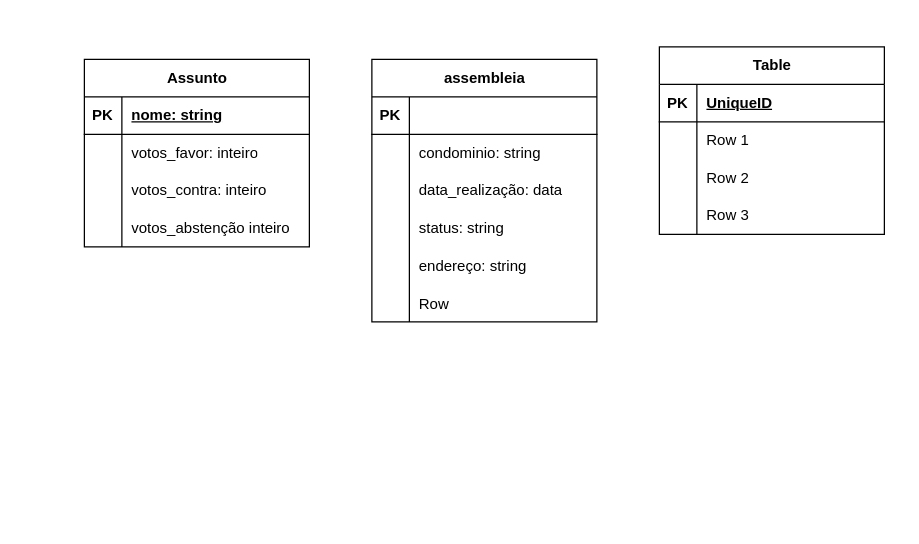
Before: praticas2/Diagrama sem nome.drawio in ngdx4/banco_de_dados1, a draw.io diagram. Source tidied: cells renumbered, new cells numbered last; positions are measured from the earlier drawing's top-left corner, leaving out a move shared by most shapes. Both pictures are drawn from the tidied source at 125%, with x=0, y=0 at pixel (84, 46).
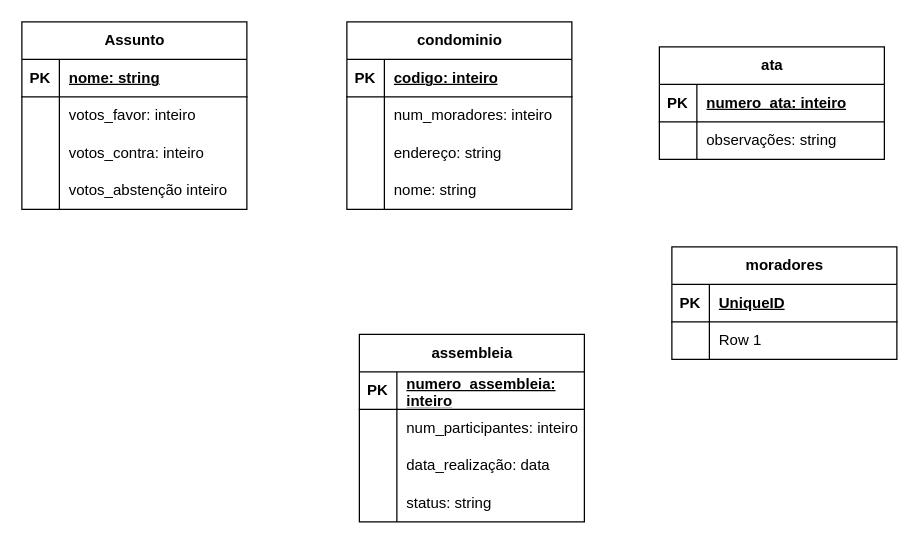
The same diagram, later.

Unchanged cells that the change refers to:
```xml
<mxCell id="16" style="shape=tableRow;horizontal=0;startSize=0;swimlaneHead=0;swimlaneBody=0;fillColor=none;top=0;left=0;right=0;bottom=1;" parent="15" vertex="1">
  <mxGeometry y="30" width="180" height="30" as="geometry" />
</mxCell>
<mxCell id="19" style="shape=tableRow;horizontal=0;startSize=0;swimlaneHead=0;swimlaneBody=0;fillColor=none;top=0;left=0;right=0;bottom=0;" parent="15" vertex="1">
  <mxGeometry y="60" width="180" height="30" as="geometry" />
</mxCell>
<mxCell id="35" style="shape=tableRow;horizontal=0;startSize=0;swimlaneHead=0;swimlaneBody=0;fillColor=none;top=0;left=0;right=0;bottom=1;" parent="34" vertex="1">
  <mxGeometry y="30" width="180" height="30" as="geometry" />
</mxCell>
<mxCell id="38" style="shape=tableRow;horizontal=0;startSize=0;swimlaneHead=0;swimlaneBody=0;fillColor=none;top=0;left=0;right=0;bottom=0;" parent="34" vertex="1">
  <mxGeometry y="60" width="180" height="30" as="geometry" />
</mxCell>
```

Diff of the diagram source:
```diff
@@
     <mxCell id="2" value="Assunto" style="shape=table;startSize=30;childLayout=tableLayout;rowLines=0;fontStyle=1;align=center;html=1;" parent="1" vertex="1">
-      <mxGeometry y="10" width="180" height="150" as="geometry" />
+      <mxGeometry x="-50" y="-20" width="180" height="150" as="geometry" />
     </mxCell>
@@
     <mxCell id="15" value="assembleia" style="shape=table;startSize=30;childLayout=tableLayout;rowLines=0;fontStyle=1;align=center;html=1;" parent="1" vertex="1">
-      <mxGeometry x="230" y="10" width="180" height="210" as="geometry" />
+      <mxGeometry x="220" y="230" width="180" height="150" as="geometry" />
     </mxCell>
@@
-    <mxCell id="18" style="shape=partialRectangle;fillColor=none;top=0;left=0;bottom=0;right=0;align=left;spacingLeft=6;fontStyle=5;overflow=hidden;whiteSpace=wrap;html=1;" parent="16" vertex="1">
+    <mxCell id="18" value="numero_assembleia: inteiro" style="shape=partialRectangle;fillColor=none;top=0;left=0;bottom=0;right=0;align=left;spacingLeft=6;fontStyle=5;overflow=hidden;whiteSpace=wrap;html=1;" parent="16" vertex="1">
       <mxGeometry x="30" width="150" height="30" as="geometry" />
     </mxCell>
@@
-    <mxCell id="21" value="condominio: string" style="shape=partialRectangle;fillColor=none;top=0;left=0;bottom=0;right=0;align=left;spacingLeft=6;overflow=hidden;whiteSpace=wrap;html=1;" parent="19" vertex="1">
+    <mxCell id="21" value="num_participantes: inteiro" style="shape=partialRectangle;fillColor=none;top=0;left=0;bottom=0;right=0;align=left;spacingLeft=6;overflow=hidden;whiteSpace=wrap;html=1;" parent="19" vertex="1">
       <mxGeometry x="30" width="150" height="30" as="geometry" />
     </mxCell>
@@
-    <mxCell id="28" style="shape=tableRow;horizontal=0;startSize=0;swimlaneHead=0;swimlaneBody=0;fillColor=none;top=0;left=0;right=0;bottom=0;" parent="15" vertex="1">
-      <mxGeometry y="150" width="180" height="30" as="geometry" />
-    </mxCell>
-    <mxCell id="29" style="shape=partialRectangle;fillColor=none;top=0;left=0;bottom=0;right=0;overflow=hidden;" parent="28" vertex="1">
-      <mxGeometry width="30" height="30" as="geometry" />
-    </mxCell>
-    <mxCell id="30" value="endereço: string" style="shape=partialRectangle;fillColor=none;top=0;left=0;bottom=0;right=0;align=left;spacingLeft=6;overflow=hidden;" parent="28" vertex="1">
-      <mxGeometry x="30" width="150" height="30" as="geometry" />
-    </mxCell>
-    <mxCell id="31" style="shape=tableRow;horizontal=0;startSize=0;swimlaneHead=0;swimlaneBody=0;fillColor=none;top=0;left=0;right=0;bottom=0;" parent="15" vertex="1">
-      <mxGeometry y="180" width="180" height="30" as="geometry" />
-    </mxCell>
-    <mxCell id="32" style="shape=partialRectangle;fillColor=none;top=0;left=0;bottom=0;right=0;overflow=hidden;" parent="31" vertex="1">
-      <mxGeometry width="30" height="30" as="geometry" />
-    </mxCell>
-    <mxCell id="33" value="Row" style="shape=partialRectangle;fillColor=none;top=0;left=0;bottom=0;right=0;align=left;spacingLeft=6;overflow=hidden;" parent="31" vertex="1">
-      <mxGeometry x="30" width="150" height="30" as="geometry" />
-    </mxCell>
-    <mxCell id="34" value="Table" style="shape=table;startSize=30;childLayout=tableLayout;rowLines=0;fontStyle=1;align=center;html=1;" parent="1" vertex="1">
-      <mxGeometry x="460" width="180" height="150" as="geometry" />
+    <mxCell id="34" value="ata" style="shape=table;startSize=30;childLayout=tableLayout;rowLines=0;fontStyle=1;align=center;html=1;" parent="1" vertex="1">
+      <mxGeometry x="460" width="180" height="90" as="geometry" />
     </mxCell>
@@
-    <mxCell id="37" value="UniqueID" style="shape=partialRectangle;fillColor=none;top=0;left=0;bottom=0;right=0;align=left;spacingLeft=6;fontStyle=5;overflow=hidden;whiteSpace=wrap;html=1;" parent="35" vertex="1">
+    <mxCell id="37" value="numero_ata: inteiro" style="shape=partialRectangle;fillColor=none;top=0;left=0;bottom=0;right=0;align=left;spacingLeft=6;fontStyle=5;overflow=hidden;whiteSpace=wrap;html=1;" parent="35" vertex="1">
       <mxGeometry x="30" width="150" height="30" as="geometry" />
     </mxCell>
@@
-    <mxCell id="40" value="Row 1" style="shape=partialRectangle;fillColor=none;top=0;left=0;bottom=0;right=0;align=left;spacingLeft=6;overflow=hidden;whiteSpace=wrap;html=1;" parent="38" vertex="1">
+    <mxCell id="40" value="observações: string" style="shape=partialRectangle;fillColor=none;top=0;left=0;bottom=0;right=0;align=left;spacingLeft=6;overflow=hidden;whiteSpace=wrap;html=1;" parent="38" vertex="1">
       <mxGeometry x="30" width="150" height="30" as="geometry" />
     </mxCell>
+    <mxCell id="47" value="condominio" style="shape=table;startSize=30;childLayout=tableLayout;rowLines=0;fontStyle=1;align=center;html=1;" parent="1" vertex="1">
+      <mxGeometry x="210" y="-20" width="180" height="150" as="geometry" />
+    </mxCell>
+    <mxCell id="48" style="shape=tableRow;horizontal=0;startSize=0;swimlaneHead=0;swimlaneBody=0;fillColor=none;top=0;left=0;right=0;bottom=1;" parent="47" vertex="1">
+      <mxGeometry y="30" width="180" height="30" as="geometry" />
+    </mxCell>
+    <mxCell id="49" value="PK" style="shape=partialRectangle;fillColor=none;top=0;left=0;bottom=0;right=0;fontStyle=1;overflow=hidden;whiteSpace=wrap;html=1;" parent="48" vertex="1">
+      <mxGeometry width="30" height="30" as="geometry" />
+    </mxCell>
+    <mxCell id="50" value="codigo: inteiro" style="shape=partialRectangle;fillColor=none;top=0;left=0;bottom=0;right=0;align=left;spacingLeft=6;fontStyle=5;overflow=hidden;whiteSpace=wrap;html=1;" parent="48" vertex="1">
+      <mxGeometry x="30" width="150" height="30" as="geometry" />
+    </mxCell>
+    <mxCell id="51" style="shape=tableRow;horizontal=0;startSize=0;swimlaneHead=0;swimlaneBody=0;fillColor=none;top=0;left=0;right=0;bottom=0;" parent="47" vertex="1">
+      <mxGeometry y="60" width="180" height="30" as="geometry" />
+    </mxCell>
+    <mxCell id="52" style="shape=partialRectangle;fillColor=none;top=0;left=0;bottom=0;right=0;overflow=hidden;whiteSpace=wrap;html=1;" parent="51" vertex="1">
+      <mxGeometry width="30" height="30" as="geometry" />
+    </mxCell>
+    <mxCell id="53" value="num_moradores: inteiro" style="shape=partialRectangle;fillColor=none;top=0;left=0;bottom=0;right=0;align=left;spacingLeft=6;overflow=hidden;whiteSpace=wrap;html=1;" parent="51" vertex="1">
+      <mxGeometry x="30" width="150" height="30" as="geometry" />
+    </mxCell>
-    <mxCell id="41" style="shape=tableRow;horizontal=0;startSize=0;swimlaneHead=0;swimlaneBody=0;fillColor=none;top=0;left=0;right=0;bottom=0;" parent="34" vertex="1">
+    <mxCell id="41" style="shape=tableRow;horizontal=0;startSize=0;swimlaneHead=0;swimlaneBody=0;fillColor=none;top=0;left=0;right=0;bottom=0;" parent="47" vertex="1">
       <mxGeometry y="90" width="180" height="30" as="geometry" />
     </mxCell>
-    <mxCell id="42" style="shape=partialRectangle;fillColor=none;top=0;left=0;bottom=0;right=0;overflow=hidden;whiteSpace=wrap;html=1;" parent="41" vertex="1">
-      <mxGeometry width="30" height="30" as="geometry" />
-    </mxCell>
-    <mxCell id="43" value="Row 2" style="shape=partialRectangle;fillColor=none;top=0;left=0;bottom=0;right=0;align=left;spacingLeft=6;overflow=hidden;whiteSpace=wrap;html=1;" parent="41" vertex="1">
-      <mxGeometry x="30" width="150" height="30" as="geometry" />
-    </mxCell>
+    <mxCell id="54" style="shape=partialRectangle;fillColor=none;top=0;left=0;bottom=0;right=0;overflow=hidden;whiteSpace=wrap;html=1;" parent="41" vertex="1">
+      <mxGeometry width="30" height="30" as="geometry" />
+    </mxCell>
+    <mxCell id="30" value="endereço: string" style="shape=partialRectangle;fillColor=none;top=0;left=0;bottom=0;right=0;align=left;spacingLeft=6;overflow=hidden;whiteSpace=wrap;html=1;" parent="41" vertex="1">
+      <mxGeometry x="30" width="150" height="30" as="geometry" />
+    </mxCell>
-    <mxCell id="44" style="shape=tableRow;horizontal=0;startSize=0;swimlaneHead=0;swimlaneBody=0;fillColor=none;top=0;left=0;right=0;bottom=0;" parent="34" vertex="1">
+    <mxCell id="44" style="shape=tableRow;horizontal=0;startSize=0;swimlaneHead=0;swimlaneBody=0;fillColor=none;top=0;left=0;right=0;bottom=0;" parent="47" vertex="1">
       <mxGeometry y="120" width="180" height="30" as="geometry" />
     </mxCell>
-    <mxCell id="45" style="shape=partialRectangle;fillColor=none;top=0;left=0;bottom=0;right=0;overflow=hidden;whiteSpace=wrap;html=1;" parent="44" vertex="1">
-      <mxGeometry width="30" height="30" as="geometry" />
-    </mxCell>
-    <mxCell id="46" value="Row 3" style="shape=partialRectangle;fillColor=none;top=0;left=0;bottom=0;right=0;align=left;spacingLeft=6;overflow=hidden;whiteSpace=wrap;html=1;" parent="44" vertex="1">
-      <mxGeometry x="30" width="150" height="30" as="geometry" />
-    </mxCell>
+    <mxCell id="55" style="shape=partialRectangle;fillColor=none;top=0;left=0;bottom=0;right=0;overflow=hidden;whiteSpace=wrap;html=1;" parent="44" vertex="1">
+      <mxGeometry width="30" height="30" as="geometry" />
+    </mxCell>
+    <mxCell id="56" value="nome: string" style="shape=partialRectangle;fillColor=none;top=0;left=0;bottom=0;right=0;align=left;spacingLeft=6;overflow=hidden;whiteSpace=wrap;html=1;" parent="44" vertex="1">
+      <mxGeometry x="30" width="150" height="30" as="geometry" />
+    </mxCell>
+    <mxCell id="57" value="moradores" style="shape=table;startSize=30;childLayout=tableLayout;rowLines=0;fontStyle=1;align=center;html=1;" parent="1" vertex="1">
+      <mxGeometry x="470" y="160" width="180" height="90" as="geometry" />
+    </mxCell>
+    <mxCell id="58" style="shape=tableRow;horizontal=0;startSize=0;swimlaneHead=0;swimlaneBody=0;fillColor=none;top=0;left=0;right=0;bottom=1;" parent="57" vertex="1">
+      <mxGeometry y="30" width="180" height="30" as="geometry" />
+    </mxCell>
+    <mxCell id="59" value="PK" style="shape=partialRectangle;fillColor=none;top=0;left=0;bottom=0;right=0;fontStyle=1;overflow=hidden;whiteSpace=wrap;html=1;" parent="58" vertex="1">
+      <mxGeometry width="30" height="30" as="geometry" />
+    </mxCell>
+    <mxCell id="60" value="UniqueID" style="shape=partialRectangle;fillColor=none;top=0;left=0;bottom=0;right=0;align=left;spacingLeft=6;fontStyle=5;overflow=hidden;whiteSpace=wrap;html=1;" parent="58" vertex="1">
+      <mxGeometry x="30" width="150" height="30" as="geometry" />
+    </mxCell>
+    <mxCell id="61" style="shape=tableRow;horizontal=0;startSize=0;swimlaneHead=0;swimlaneBody=0;fillColor=none;top=0;left=0;right=0;bottom=0;" parent="57" vertex="1">
+      <mxGeometry y="60" width="180" height="30" as="geometry" />
+    </mxCell>
+    <mxCell id="62" style="shape=partialRectangle;fillColor=none;top=0;left=0;bottom=0;right=0;overflow=hidden;whiteSpace=wrap;html=1;" parent="61" vertex="1">
+      <mxGeometry width="30" height="30" as="geometry" />
+    </mxCell>
+    <mxCell id="63" value="Row 1" style="shape=partialRectangle;fillColor=none;top=0;left=0;bottom=0;right=0;align=left;spacingLeft=6;overflow=hidden;whiteSpace=wrap;html=1;" parent="61" vertex="1">
+      <mxGeometry x="30" width="150" height="30" as="geometry" />
+    </mxCell>
```
